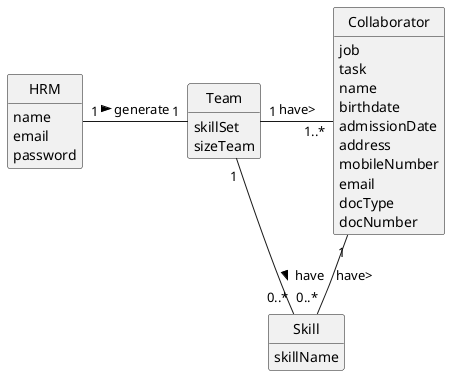
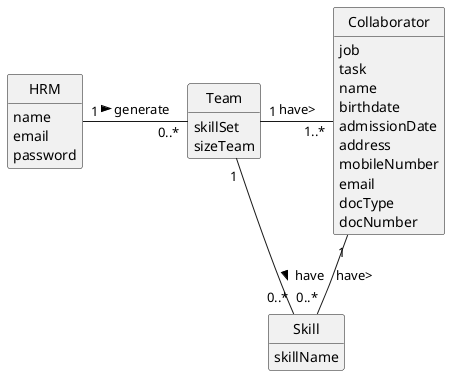
@startuml
skinparam monochrome true
skinparam packageStyle rectangle
skinparam shadowing false

'left to right direction

skinparam classAttributeIconSize 0

hide circle
hide methods

'title Domain Model

'class Platform {
'  -description
'}

class HRM {
    name
    email
    password
}

class Skill {
    skillName
}

class Collaborator{
job
task
name
birthdate
admissionDate
address
mobileNumber
email
docType
docNumber
}

class Team {
    skillSet
    sizeTeam
}


- HRM "1" - "1" Team: generate >
+ HRM "1" - "0..*" Team: generate >
Team "1" - "0..*" Skill: have >
Team "1" - "1..*" Collaborator: have>
Collaborator "1" -- "0..*" Skill: have>

@enduml